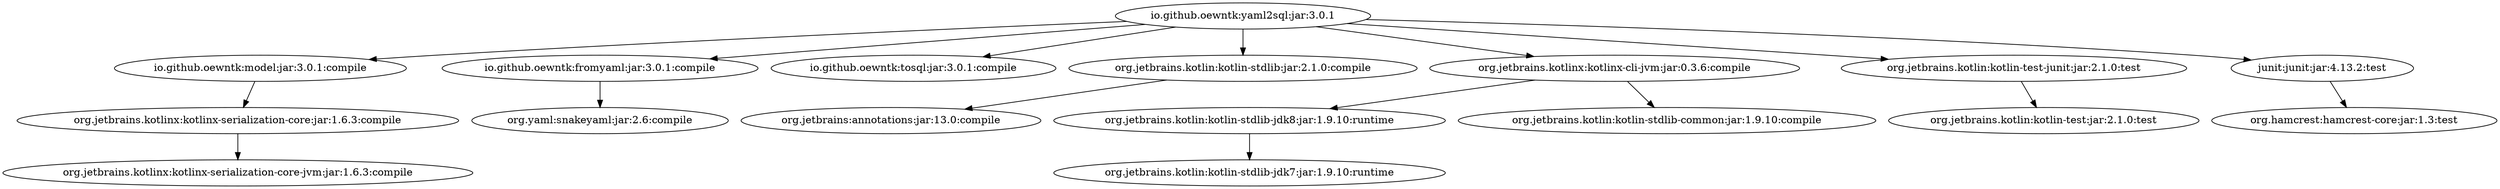
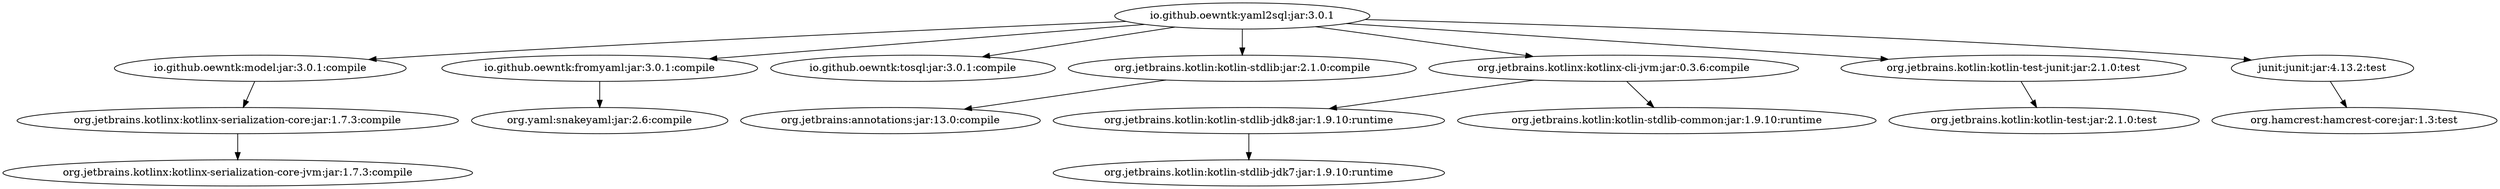
digraph "io.github.oewntk:yaml2sql:jar:3.0.1" {
	"io.github.oewntk:yaml2sql:jar:3.0.1" -> "io.github.oewntk:model:jar:3.0.1:compile" ;
	"io.github.oewntk:yaml2sql:jar:3.0.1" -> "io.github.oewntk:fromyaml:jar:3.0.1:compile" ;
	"io.github.oewntk:yaml2sql:jar:3.0.1" -> "io.github.oewntk:tosql:jar:3.0.1:compile" ;
	"io.github.oewntk:yaml2sql:jar:3.0.1" -> "org.jetbrains.kotlin:kotlin-stdlib:jar:2.1.0:compile" ;
	"io.github.oewntk:yaml2sql:jar:3.0.1" -> "org.jetbrains.kotlinx:kotlinx-cli-jvm:jar:0.3.6:compile" ;
	"io.github.oewntk:yaml2sql:jar:3.0.1" -> "org.jetbrains.kotlin:kotlin-test-junit:jar:2.1.0:test" ;
	"io.github.oewntk:yaml2sql:jar:3.0.1" -> "junit:junit:jar:4.13.2:test" ;
- 	"io.github.oewntk:model:jar:3.0.1:compile" -> "org.jetbrains.kotlinx:kotlinx-serialization-core:jar:1.6.3:compile" ;
- 	"org.jetbrains.kotlinx:kotlinx-serialization-core:jar:1.6.3:compile" -> "org.jetbrains.kotlinx:kotlinx-serialization-core-jvm:jar:1.6.3:compile" ;
+ 	"io.github.oewntk:model:jar:3.0.1:compile" -> "org.jetbrains.kotlinx:kotlinx-serialization-core:jar:1.7.3:compile" ;
+ 	"org.jetbrains.kotlinx:kotlinx-serialization-core:jar:1.7.3:compile" -> "org.jetbrains.kotlinx:kotlinx-serialization-core-jvm:jar:1.7.3:compile" ;
	"io.github.oewntk:fromyaml:jar:3.0.1:compile" -> "org.yaml:snakeyaml:jar:2.6:compile" ;
	"org.jetbrains.kotlin:kotlin-stdlib:jar:2.1.0:compile" -> "org.jetbrains:annotations:jar:13.0:compile" ;
	"org.jetbrains.kotlinx:kotlinx-cli-jvm:jar:0.3.6:compile" -> "org.jetbrains.kotlin:kotlin-stdlib-jdk8:jar:1.9.10:runtime" ;
- 	"org.jetbrains.kotlinx:kotlinx-cli-jvm:jar:0.3.6:compile" -> "org.jetbrains.kotlin:kotlin-stdlib-common:jar:1.9.10:compile" ;
+ 	"org.jetbrains.kotlinx:kotlinx-cli-jvm:jar:0.3.6:compile" -> "org.jetbrains.kotlin:kotlin-stdlib-common:jar:1.9.10:runtime" ;
	"org.jetbrains.kotlin:kotlin-stdlib-jdk8:jar:1.9.10:runtime" -> "org.jetbrains.kotlin:kotlin-stdlib-jdk7:jar:1.9.10:runtime" ;
	"org.jetbrains.kotlin:kotlin-test-junit:jar:2.1.0:test" -> "org.jetbrains.kotlin:kotlin-test:jar:2.1.0:test" ;
	"junit:junit:jar:4.13.2:test" -> "org.hamcrest:hamcrest-core:jar:1.3:test" ;
 }